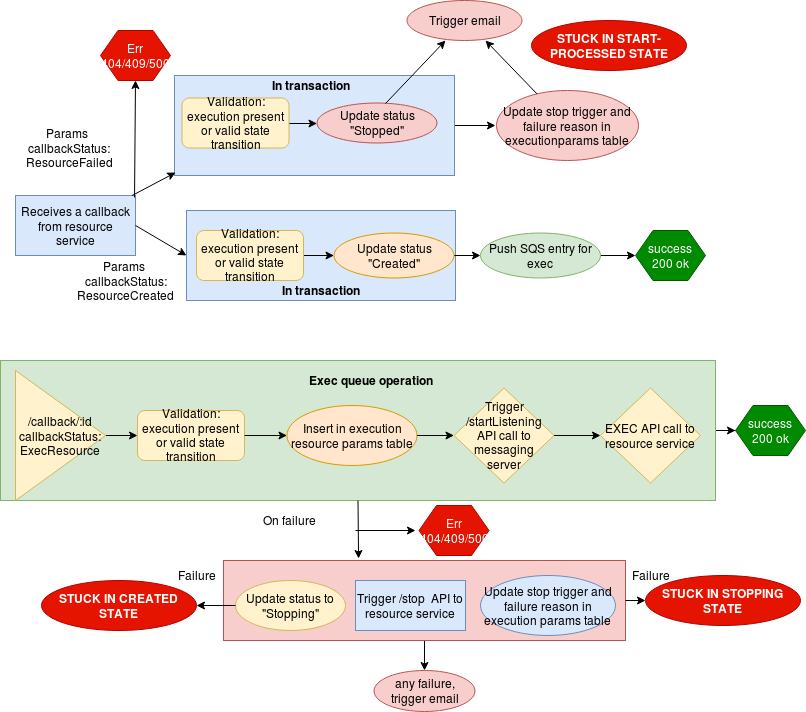
Before: start_from_resource_service.png, a diagram exported from draw.io (prodipta/blueshift-resouce). Source tidied: cells renumbered, new cells last; positions are measured from the earlier drawing's top-left corner, leaving out a move shared by most shapes.
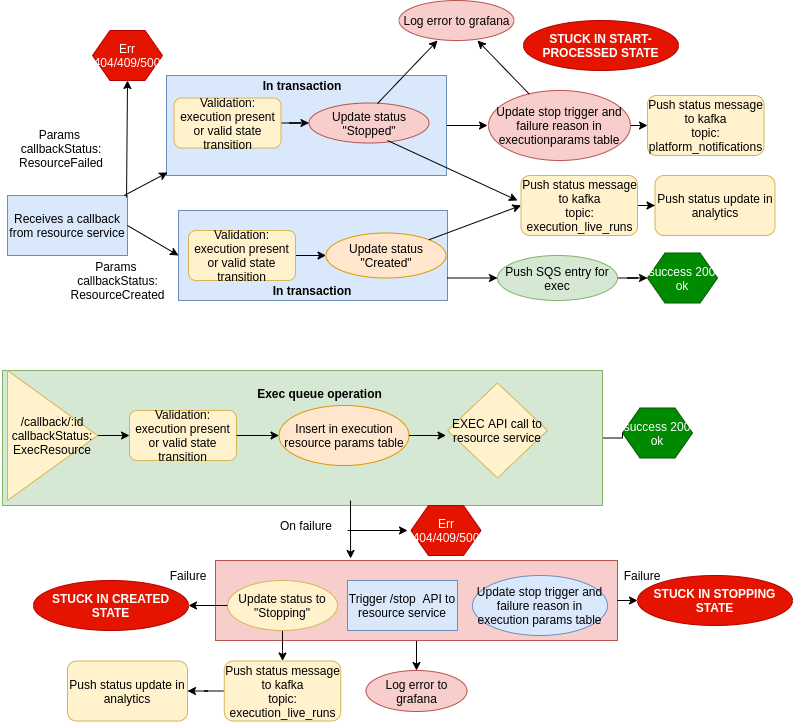
The same file after the commit.

Change to the diagram source:
```diff
@@ -20,7 +20,7 @@
       <mxGeometry relative="1" as="geometry" />
     </mxCell>
     <mxCell id="7" style="rounded=0;whiteSpace=wrap;html=1;fillColor=#d5e8d4;strokeColor=#82b366;" parent="1" vertex="1">
-      <mxGeometry y="360" width="715" height="140" as="geometry" />
+      <mxGeometry x="10" y="370" width="600" height="135" as="geometry" />
     </mxCell>
     <mxCell id="8" value="Receives a callback from resource service" style="rounded=0;whiteSpace=wrap;html=1;fillColor=#dae8fc;strokeColor=#6c8ebf;" parent="1" vertex="1">
       <mxGeometry x="15" y="195" width="120" height="60" as="geometry" />
@@ -37,14 +37,8 @@
     <mxCell id="12" value="Validation: execution present or valid state transition" style="rounded=1;whiteSpace=wrap;html=1;fillColor=#fff2cc;strokeColor=#d6b656;" parent="1" vertex="1">
       <mxGeometry x="137" y="410" width="107" height="50" as="geometry" />
     </mxCell>
-    <mxCell id="13" style="edgeStyle=orthogonalEdgeStyle;rounded=0;jettySize=auto;html=1;" parent="1" edge="1" source="14" target="15">
-      <mxGeometry relative="1" as="geometry" />
-    </mxCell>
-    <mxCell id="14" value="Trigger /startListening API call to messaging server" style="rhombus;whiteSpace=wrap;html=1;fillColor=#fff2cc;strokeColor=#d6b656;" parent="1" vertex="1">
-      <mxGeometry x="453.5" y="387.5" width="100" height="95" as="geometry" />
-    </mxCell>
     <mxCell id="15" value="EXEC API call to resource service" style="rhombus;whiteSpace=wrap;html=1;fillColor=#fff2cc;strokeColor=#d6b656;" parent="1" vertex="1">
-      <mxGeometry x="600" y="387.5" width="100" height="95" as="geometry" />
+      <mxGeometry x="455" y="382.5" width="100" height="95" as="geometry" />
     </mxCell>
     <mxCell id="16" value="Update status &quot;Stopped&quot;" style="ellipse;whiteSpace=wrap;html=1;fillColor=#f8cecc;strokeColor=#b85450;" parent="1" vertex="1">
       <mxGeometry x="316.5" y="102.5" width="120" height="40" as="geometry" />
@@ -67,21 +61,28 @@
     <mxCell id="22" style="endArrow=classic;html=1;exitX=1;exitY=0.5;exitDx=0;exitDy=0;entryX=0;entryY=0.5;entryDx=0;entryDy=0;" parent="1" edge="1" source="12" target="21">
       <mxGeometry relative="1" as="geometry" />
     </mxCell>
-    <mxCell id="23" style="endArrow=classic;html=1;exitX=1;exitY=0.5;exitDx=0;exitDy=0;entryX=0;entryY=0.5;entryDx=0;entryDy=0;" parent="1" edge="1" source="21" target="14">
-      <mxGeometry relative="1" as="geometry" />
+    <mxCell id="23" style="endArrow=classic;html=1;exitX=1;exitY=0.5;exitDx=0;exitDy=0;entryX=0;entryY=0.5;entryDx=0;entryDy=0;" parent="1" edge="1" source="21">
+      <mxGeometry relative="1" as="geometry">
+        <mxPoint x="453.5" y="435" as="targetPoint" />
+      </mxGeometry>
     </mxCell>
     <mxCell id="24" style="endArrow=classic;html=1;exitX=1;exitY=0.5;exitDx=0;exitDy=0;entryX=0;entryY=0.5;entryDx=0;entryDy=0;" parent="1" edge="1" source="8" target="32">
       <mxGeometry relative="1" as="geometry" />
     </mxCell>
     <mxCell id="25" value="Exec queue operation" style="text;html=1;strokeColor=none;fillColor=none;align=center;verticalAlign=middle;whiteSpace=wrap;rounded=0;fontStyle=1;" parent="1" vertex="1">
-      <mxGeometry x="286.5" y="370" width="167" height="20" as="geometry" />
+      <mxGeometry x="244" y="382.5" width="167" height="20" as="geometry" />
     </mxCell>
-    <mxCell id="26" style="endArrow=classic;html=1;exitX=0.5;exitY=1;exitDx=0;exitDy=0;entryX=0.336;entryY=-0.025;entryDx=0;entryDy=0;entryPerimeter=0;" parent="1" edge="1" source="7" target="5">
-      <mxGeometry relative="1" as="geometry" />
+    <mxCell id="26" style="endArrow=classic;html=1;entryX=0.336;entryY=-0.025;entryDx=0;entryDy=0;entryPerimeter=0;" parent="1" edge="1" target="5">
+      <mxGeometry relative="1" as="geometry">
+        <mxPoint x="358" y="500" as="sourcePoint" />
+      </mxGeometry>
     </mxCell>
     <mxCell id="27" value="On failure" style="text;html=1;strokeColor=none;fillColor=none;align=center;verticalAlign=middle;whiteSpace=wrap;rounded=0;" parent="1" vertex="1">
-      <mxGeometry x="253.5" y="510" width="70" height="20" as="geometry" />
+      <mxGeometry x="279" y="515" width="70" height="20" as="geometry" />
     </mxCell>
+    <mxCell id="58" style="edgeStyle=orthogonalEdgeStyle;rounded=0;jettySize=auto;html=1;" parent="1" edge="1" source="28" target="67">
+      <mxGeometry relative="1" as="geometry" />
+    </mxCell>
     <mxCell id="28" value="Update status to &quot;Stopping&quot;" style="ellipse;whiteSpace=wrap;html=1;fillColor=#fff2cc;strokeColor=#d6b656;" parent="1" vertex="1">
       <mxGeometry x="235" y="580" width="110" height="50" as="geometry" />
     </mxCell>
@@ -97,19 +98,17 @@
     <mxCell id="32" style="rounded=0;whiteSpace=wrap;html=1;fillColor=#dae8fc;strokeColor=#6c8ebf;" parent="1" vertex="1">
       <mxGeometry x="186" y="210" width="269" height="90" as="geometry" />
     </mxCell>
-    <mxCell id="33" style="edgeStyle=orthogonalEdgeStyle;rounded=0;jettySize=auto;html=1;" parent="1" edge="1" source="34" target="36">
+    <mxCell id="33" style="edgeStyle=orthogonalEdgeStyle;rounded=0;jettySize=auto;html=1;exitX=1;exitY=0.75;exitDx=0;exitDy=0;" parent="1" edge="1" source="32" target="36">
       <mxGeometry relative="1" as="geometry" />
     </mxCell>
     <mxCell id="34" value="Update status &quot;Created&quot;" style="ellipse;whiteSpace=wrap;html=1;fillColor=#ffe6cc;strokeColor=#d79b00;" parent="1" vertex="1">
       <mxGeometry x="333.5" y="232.5" width="120" height="45" as="geometry" />
     </mxCell>
-    <mxCell id="35" style="edgeStyle=orthogonalEdgeStyle;rounded=0;jettySize=auto;html=1;" parent="1" edge="1" source="36">
-      <mxGeometry relative="1" as="geometry">
-        <mxPoint x="635" y="255" as="targetPoint" />
-      </mxGeometry>
-    </mxCell>
+    <mxCell id="59" style="edgeStyle=orthogonalEdgeStyle;rounded=0;jettySize=auto;html=1;" parent="1" edge="1" source="36" target="44">
+      <mxGeometry relative="1" as="geometry" />
+    </mxCell>
     <mxCell id="36" value="Push SQS entry for exec" style="ellipse;whiteSpace=wrap;html=1;fillColor=#d5e8d4;strokeColor=#82b366;" parent="1" vertex="1">
-      <mxGeometry x="480" y="232.5" width="120" height="45" as="geometry" />
+      <mxGeometry x="505" y="255" width="120" height="45" as="geometry" />
     </mxCell>
     <mxCell id="37" style="edgeStyle=orthogonalEdgeStyle;rounded=0;jettySize=auto;html=1;" parent="1" edge="1" source="38" target="34">
       <mxGeometry relative="1" as="geometry" />
@@ -133,11 +132,11 @@
         <mxPoint x="445" y="40" as="targetPoint" />
       </mxGeometry>
     </mxCell>
-    <mxCell id="43" value="Trigger email" style="ellipse;whiteSpace=wrap;html=1;fillColor=#f8cecc;strokeColor=#b85450;" parent="1" vertex="1">
+    <mxCell id="43" value="Log error to grafana" style="ellipse;whiteSpace=wrap;html=1;fillColor=#f8cecc;strokeColor=#b85450;" parent="1" vertex="1">
       <mxGeometry x="406.5" width="115" height="40" as="geometry" />
     </mxCell>
     <mxCell id="44" value="success 200 ok" style="shape=hexagon;perimeter=hexagonPerimeter2;whiteSpace=wrap;html=1;fillColor=#008a00;strokeColor=#005700;fontColor=#ffffff;" parent="1" vertex="1">
-      <mxGeometry x="635" y="230" width="70" height="50" as="geometry" />
+      <mxGeometry x="655" y="252.5" width="70" height="50" as="geometry" />
     </mxCell>
     <mxCell id="45" style="endArrow=classic;html=1;exitX=0.992;exitY=0.033;exitDx=0;exitDy=0;exitPerimeter=0;" parent="1" edge="1" source="8">
       <mxGeometry relative="1" as="geometry">
@@ -161,7 +160,7 @@
     <mxCell id="50" value="Failure" style="text;html=1;strokeColor=none;fillColor=none;align=center;verticalAlign=middle;whiteSpace=wrap;rounded=0;" parent="1" vertex="1">
       <mxGeometry x="176" y="565" width="40" height="20" as="geometry" />
     </mxCell>
-    <mxCell id="51" value="any failure, trigger email" style="ellipse;whiteSpace=wrap;html=1;fillColor=#f8cecc;strokeColor=#b85450;" parent="1" vertex="1">
+    <mxCell id="51" value="Log error to grafana" style="ellipse;whiteSpace=wrap;html=1;fillColor=#f8cecc;strokeColor=#b85450;" parent="1" vertex="1">
       <mxGeometry x="373.5" y="670" width="101" height="41" as="geometry" />
     </mxCell>
     <mxCell id="52" style="endArrow=classic;html=1;entryX=0;entryY=0.5;entryDx=0;entryDy=0;exitX=1;exitY=0.5;exitDx=0;exitDy=0;" parent="1" edge="1" source="5" target="30">
@@ -183,7 +182,43 @@
       <mxGeometry x="418.5" y="505" width="70" height="50" as="geometry" />
     </mxCell>
     <mxCell id="57" value="success 200 ok" style="shape=hexagon;perimeter=hexagonPerimeter2;whiteSpace=wrap;html=1;fillColor=#008a00;strokeColor=#005700;fontColor=#ffffff;" parent="1" vertex="1">
-      <mxGeometry x="735" y="405" width="70" height="50" as="geometry" />
+      <mxGeometry x="630" y="407.5" width="70" height="50" as="geometry" />
     </mxCell>
+    <mxCell id="60" style="edgeStyle=orthogonalEdgeStyle;rounded=0;jettySize=auto;html=1;" parent="1" edge="1" source="61" target="68">
+      <mxGeometry relative="1" as="geometry" />
+    </mxCell>
+    <mxCell id="61" value="Push status message to kafka&lt;br&gt;topic: execution_live_runs" style="rounded=1;whiteSpace=wrap;html=1;fillColor=#fff2cc;strokeColor=#d6b656;" parent="1" vertex="1">
+      <mxGeometry x="528.5" y="175" width="116.5" height="60" as="geometry" />
+    </mxCell>
+    <mxCell id="62" style="endArrow=classic;html=1;rounded=0;exitX=1;exitY=0;exitDx=0;exitDy=0;entryX=0;entryY=0.5;entryDx=0;entryDy=0;" parent="1" edge="1" source="34" target="61">
+      <mxGeometry relative="1" as="geometry" />
+    </mxCell>
+    <mxCell id="63" style="endArrow=classic;html=1;rounded=0;" parent="1" edge="1">
+      <mxGeometry relative="1" as="geometry">
+        <mxPoint x="395" y="140" as="sourcePoint" />
+        <mxPoint x="525" y="200" as="targetPoint" />
+        <Array as="points">
+          <mxPoint x="395" y="140" />
+        </Array>
+      </mxGeometry>
+    </mxCell>
+    <mxCell id="64" value="Push status message to kafka&lt;br&gt;topic: platform_notifications" style="rounded=1;whiteSpace=wrap;html=1;fillColor=#fff2cc;strokeColor=#d6b656;" parent="1" vertex="1">
+      <mxGeometry x="655" y="95" width="116.5" height="60" as="geometry" />
+    </mxCell>
+    <mxCell id="65" style="endArrow=classic;html=1;rounded=0;exitX=1;exitY=0.5;exitDx=0;exitDy=0;entryX=0;entryY=0.5;entryDx=0;entryDy=0;" parent="1" edge="1" source="40" target="64">
+      <mxGeometry relative="1" as="geometry" />
+    </mxCell>
+    <mxCell id="66" style="edgeStyle=orthogonalEdgeStyle;rounded=0;jettySize=auto;html=1;" parent="1" edge="1" source="67" target="69">
+      <mxGeometry relative="1" as="geometry" />
+    </mxCell>
+    <mxCell id="67" value="Push status message to kafka&lt;br&gt;topic: execution_live_runs" style="rounded=1;whiteSpace=wrap;html=1;fillColor=#fff2cc;strokeColor=#d6b656;" parent="1" vertex="1">
+      <mxGeometry x="231.8" y="660.5" width="116.5" height="60" as="geometry" />
+    </mxCell>
+    <mxCell id="68" value="Push status update in analytics" style="whiteSpace=wrap;html=1;rounded=1;strokeColor=#d6b656;fillColor=#fff2cc;" parent="1" vertex="1">
+      <mxGeometry x="662.5" y="175" width="120" height="60" as="geometry" />
+    </mxCell>
+    <mxCell id="69" value="Push status update in analytics" style="whiteSpace=wrap;html=1;rounded=1;strokeColor=#d6b656;fillColor=#fff2cc;" parent="1" vertex="1">
+      <mxGeometry x="75" y="660.5" width="120" height="60" as="geometry" />
+    </mxCell>
   </root>
 </mxGraphModel>
```
